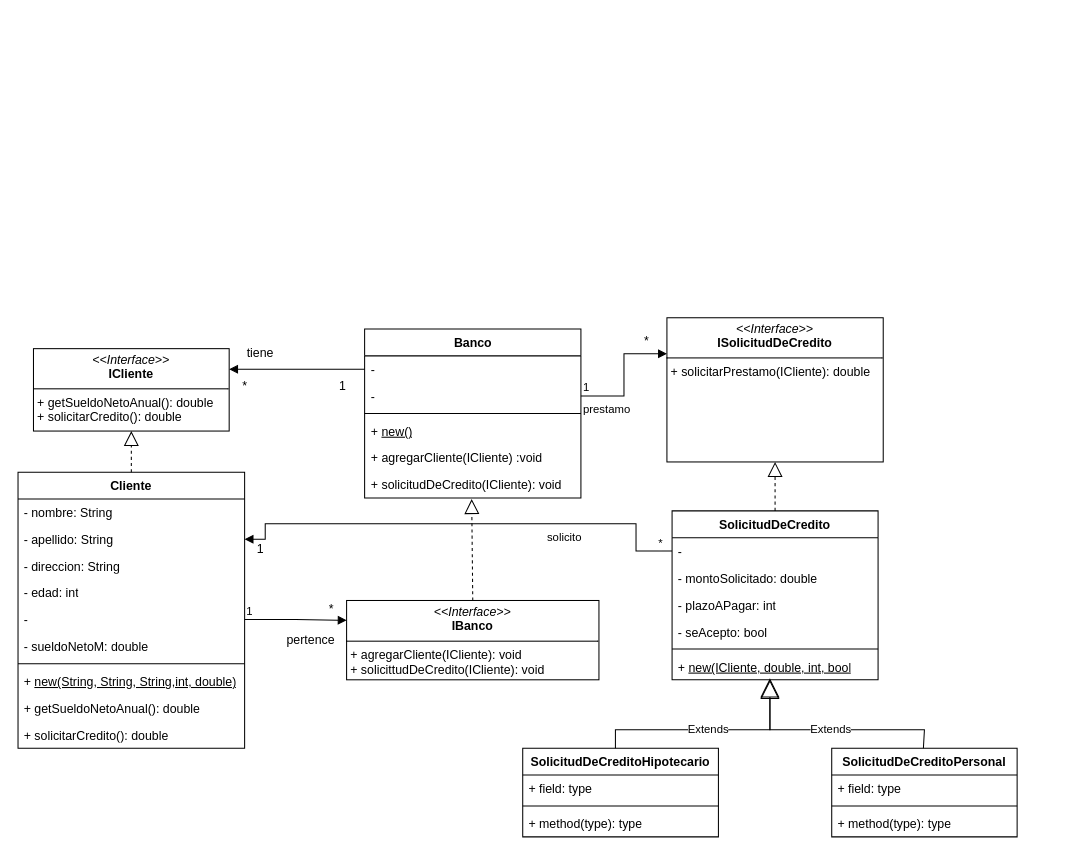
This is TP-SOLID/banco-prestamos.drawio from tomasmendoza-unq/objetos2, a draw.io file, before an edit. Source tidied: cells renumbered, new cells numbered last; positions are measured from the earlier drawing's top-left corner, leaving out a move shared by most shapes. Both pictures are drawn from the tidied source at 103%, with x=0, y=0 at pixel (18, 317).
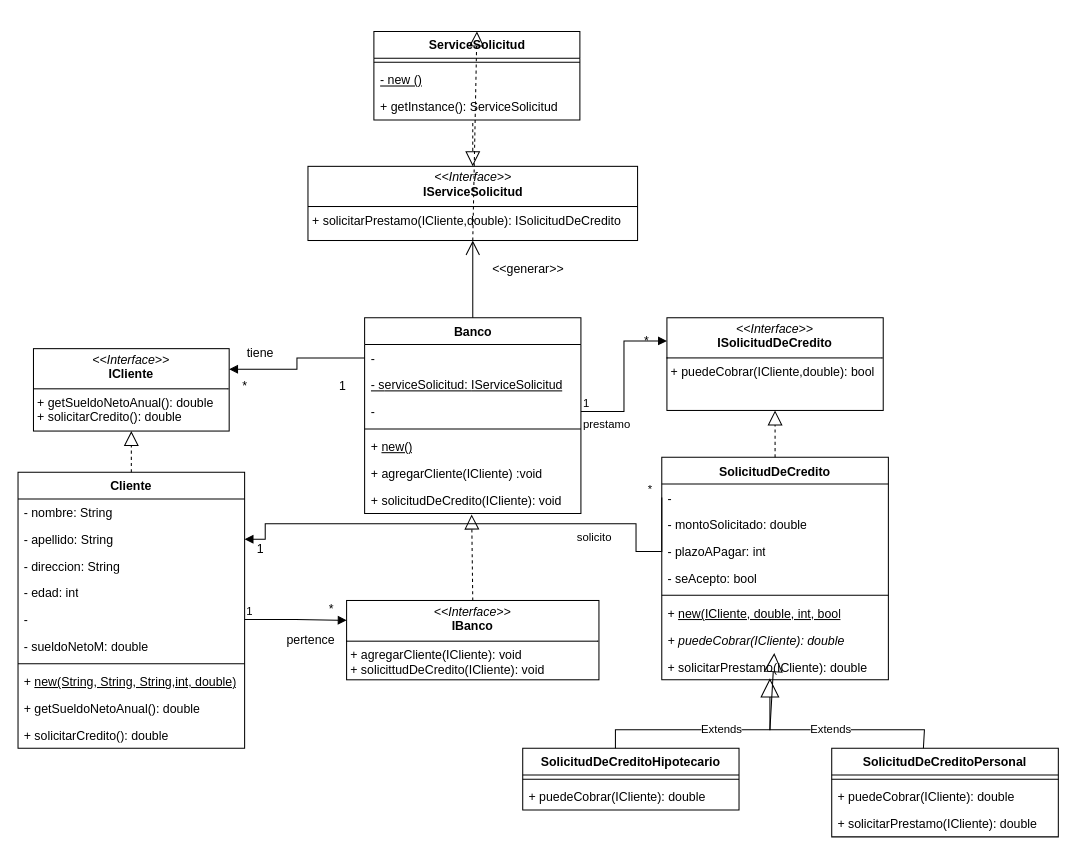
The same page after the edit.

Change to the diagram source:
```diff
@@
     <mxCell id="15" value="Banco" style="swimlane;fontStyle=1;align=center;verticalAlign=top;horizontal=1;startSize=26;whiteSpace=wrap;html=1;" parent="1" vertex="1">
-      <mxGeometry x="336.5" y="11" width="210" height="164" as="geometry" />
+      <mxGeometry x="336.5" width="210" height="190" as="geometry" />
     </mxCell>
@@
+    <mxCell id="57" value="&lt;u&gt;- s&lt;/u&gt;&lt;u&gt;erviceSolicitud:&amp;nbsp;&lt;/u&gt;&lt;u&gt;IServiceSolicitud&lt;/u&gt;" style="text;strokeColor=none;fillColor=none;align=left;verticalAlign=top;spacingLeft=4;spacingRight=4;overflow=hidden;whiteSpace=wrap;html=1;" parent="15" vertex="1">
+      <mxGeometry y="52" width="210" height="26" as="geometry" />
+    </mxCell>
     <mxCell id="17" value="-" style="text;strokeColor=none;fillColor=none;align=left;verticalAlign=top;spacingLeft=4;spacingRight=4;overflow=hidden;points=[[0,0.5],[1,0.5]];portConstraint=eastwest;whiteSpace=wrap;html=1;" parent="15" vertex="1">
-      <mxGeometry y="52" width="210" height="26" as="geometry" />
+      <mxGeometry y="78" width="210" height="26" as="geometry" />
     </mxCell>
     <mxCell id="18" style="line;strokeWidth=1;fillColor=none;align=left;verticalAlign=middle;spacingTop=-1;spacingLeft=3;spacingRight=3;labelPosition=right;strokeColor=inherit;" parent="15" vertex="1">
-      <mxGeometry y="78" width="210" height="8" as="geometry" />
+      <mxGeometry y="104" width="210" height="8" as="geometry" />
     </mxCell>
     <mxCell id="19" value="+ &lt;u&gt;new()&lt;/u&gt;" style="text;strokeColor=none;fillColor=none;align=left;verticalAlign=top;spacingLeft=4;spacingRight=4;overflow=hidden;whiteSpace=wrap;html=1;" parent="15" vertex="1">
-      <mxGeometry y="86" width="210" height="26" as="geometry" />
+      <mxGeometry y="112" width="210" height="26" as="geometry" />
     </mxCell>
     <mxCell id="20" value="+ agregarCliente(ICliente) :void" style="text;strokeColor=none;fillColor=none;align=left;verticalAlign=top;spacingLeft=4;spacingRight=4;overflow=hidden;whiteSpace=wrap;html=1;" parent="15" vertex="1">
-      <mxGeometry y="112" width="210" height="26" as="geometry" />
+      <mxGeometry y="138" width="210" height="26" as="geometry" />
     </mxCell>
     <mxCell id="21" value="+ solicitudDeCredito(ICliente): void" style="text;strokeColor=none;fillColor=none;align=left;verticalAlign=top;spacingLeft=4;spacingRight=4;overflow=hidden;points=[[0,0.5],[1,0.5]];portConstraint=eastwest;whiteSpace=wrap;html=1;" parent="15" vertex="1">
-      <mxGeometry y="138" width="210" height="26" as="geometry" />
+      <mxGeometry y="164" width="210" height="26" as="geometry" />
     </mxCell>
@@
-    <mxCell id="32" value="&lt;p style=&quot;margin:0px;margin-top:4px;text-align:center;&quot;&gt;&lt;i&gt;&amp;lt;&amp;lt;Interface&amp;gt;&amp;gt;&lt;/i&gt;&lt;br&gt;&lt;b&gt;ISolicitudDeCredito&lt;/b&gt;&lt;/p&gt;&lt;hr size=&quot;1&quot; style=&quot;border-style:solid;&quot;&gt;&lt;p style=&quot;margin:0px;margin-left:4px;&quot;&gt;+ solicitarPrestamo(ICliente): double&lt;br&gt;&lt;/p&gt;" style="verticalAlign=top;align=left;overflow=fill;html=1;whiteSpace=wrap;" parent="1" vertex="1">
-      <mxGeometry x="630" width="210" height="140" as="geometry" />
+    <mxCell id="32" value="&lt;p style=&quot;margin:0px;margin-top:4px;text-align:center;&quot;&gt;&lt;i&gt;&amp;lt;&amp;lt;Interface&amp;gt;&amp;gt;&lt;/i&gt;&lt;br&gt;&lt;b&gt;ISolicitudDeCredito&lt;/b&gt;&lt;/p&gt;&lt;hr size=&quot;1&quot; style=&quot;border-style:solid;&quot;&gt;&lt;p style=&quot;margin:0px;margin-left:4px;&quot;&gt;&lt;span style=&quot;background-color: transparent; color: light-dark(rgb(0, 0, 0), rgb(255, 255, 255));&quot;&gt;+ puedeCobrar(ICliente,double): bool&lt;/span&gt;&lt;/p&gt;" style="verticalAlign=top;align=left;overflow=fill;html=1;whiteSpace=wrap;" parent="1" vertex="1">
+      <mxGeometry x="630" width="210" height="90" as="geometry" />
     </mxCell>
@@
     <mxCell id="36" value="SolicitudDeCredito" style="swimlane;fontStyle=1;align=center;verticalAlign=top;horizontal=1;startSize=26;whiteSpace=wrap;html=1;" parent="1" vertex="1">
-      <mxGeometry x="635" y="187.5" width="200" height="164" as="geometry" />
+      <mxGeometry x="625" y="135.5" width="220" height="216" as="geometry" />
     </mxCell>
     <mxCell id="37" value="-" style="text;strokeColor=none;fillColor=none;align=left;verticalAlign=top;spacingLeft=4;spacingRight=4;overflow=hidden;points=[[0,0.5],[1,0.5]];portConstraint=eastwest;whiteSpace=wrap;html=1;" parent="36" vertex="1">
-      <mxGeometry y="26" width="200" height="26" as="geometry" />
+      <mxGeometry y="26" width="220" height="26" as="geometry" />
     </mxCell>
     <mxCell id="38" value="- montoSolicitado: double" style="text;strokeColor=none;fillColor=none;align=left;verticalAlign=top;spacingLeft=4;spacingRight=4;overflow=hidden;whiteSpace=wrap;html=1;" parent="36" vertex="1">
-      <mxGeometry y="52" width="200" height="26" as="geometry" />
+      <mxGeometry y="52" width="220" height="26" as="geometry" />
     </mxCell>
     <mxCell id="39" value="- plazoAPagar: int" style="text;strokeColor=none;fillColor=none;align=left;verticalAlign=top;spacingLeft=4;spacingRight=4;overflow=hidden;whiteSpace=wrap;html=1;" parent="36" vertex="1">
-      <mxGeometry y="78" width="200" height="26" as="geometry" />
+      <mxGeometry y="78" width="220" height="26" as="geometry" />
     </mxCell>
     <mxCell id="40" value="- seAcepto: bool" style="text;strokeColor=none;fillColor=none;align=left;verticalAlign=top;spacingLeft=4;spacingRight=4;overflow=hidden;whiteSpace=wrap;html=1;" parent="36" vertex="1">
-      <mxGeometry y="104" width="200" height="26" as="geometry" />
+      <mxGeometry y="104" width="220" height="26" as="geometry" />
     </mxCell>
     <mxCell id="41" style="line;strokeWidth=1;fillColor=none;align=left;verticalAlign=middle;spacingTop=-1;spacingLeft=3;spacingRight=3;labelPosition=right;strokeColor=inherit;" parent="36" vertex="1">
-      <mxGeometry y="130" width="200" height="8" as="geometry" />
+      <mxGeometry y="130" width="220" height="8" as="geometry" />
     </mxCell>
     <mxCell id="42" value="+ &lt;u&gt;new(ICliente, double, int, bool&lt;/u&gt;" style="text;strokeColor=none;fillColor=none;align=left;verticalAlign=top;spacingLeft=4;spacingRight=4;overflow=hidden;points=[[0,0.5],[1,0.5]];portConstraint=eastwest;whiteSpace=wrap;html=1;" parent="36" vertex="1">
-      <mxGeometry y="138" width="200" height="26" as="geometry" />
+      <mxGeometry y="138" width="220" height="26" as="geometry" />
     </mxCell>
+    <mxCell id="58" value="&lt;i&gt;+ puedeCobrar(ICliente): double&lt;/i&gt;" style="text;strokeColor=none;fillColor=none;align=left;verticalAlign=top;spacingLeft=4;spacingRight=4;overflow=hidden;points=[[0,0.5],[1,0.5]];portConstraint=eastwest;whiteSpace=wrap;html=1;" parent="36" vertex="1">
+      <mxGeometry y="164" width="220" height="26" as="geometry" />
+    </mxCell>
+    <mxCell id="59" value="+ solicitarPrestamo(ICliente): double" style="text;strokeColor=none;fillColor=none;align=left;verticalAlign=top;spacingLeft=4;spacingRight=4;overflow=hidden;whiteSpace=wrap;html=1;" parent="36" vertex="1">
+      <mxGeometry y="190" width="220" height="26" as="geometry" />
+    </mxCell>
@@
     <mxCell id="47" value="SolicitudDeCreditoHipotecario" style="swimlane;fontStyle=1;align=center;verticalAlign=top;horizontal=1;startSize=26;whiteSpace=wrap;html=1;" parent="1" vertex="1">
-      <mxGeometry x="490" y="418" width="190" height="86" as="geometry" />
+      <mxGeometry x="490" y="418" width="210" height="60" as="geometry" />
     </mxCell>
-    <mxCell id="48" value="+ field: type" style="text;strokeColor=none;fillColor=none;align=left;verticalAlign=top;spacingLeft=4;spacingRight=4;overflow=hidden;whiteSpace=wrap;html=1;" parent="47" vertex="1">
-      <mxGeometry y="26" width="190" height="26" as="geometry" />
-    </mxCell>
     <mxCell id="49" style="line;strokeWidth=1;fillColor=none;align=left;verticalAlign=middle;spacingTop=-1;spacingLeft=3;spacingRight=3;labelPosition=right;strokeColor=inherit;" parent="47" vertex="1">
-      <mxGeometry y="52" width="190" height="8" as="geometry" />
+      <mxGeometry y="26" width="210" height="8" as="geometry" />
     </mxCell>
-    <mxCell id="50" value="+ method(type): type" style="text;strokeColor=none;fillColor=none;align=left;verticalAlign=top;spacingLeft=4;spacingRight=4;overflow=hidden;whiteSpace=wrap;html=1;" parent="47" vertex="1">
-      <mxGeometry y="60" width="190" height="26" as="geometry" />
-    </mxCell>
+    <mxCell id="60" value="+ puedeCobrar(ICliente): double" style="text;strokeColor=none;fillColor=none;align=left;verticalAlign=top;spacingLeft=4;spacingRight=4;overflow=hidden;whiteSpace=wrap;html=1;" parent="47" vertex="1">
+      <mxGeometry y="34" width="210" height="26" as="geometry" />
+    </mxCell>
     <mxCell id="51" value="SolicitudDeCreditoPersonal" style="swimlane;fontStyle=1;align=center;verticalAlign=top;horizontal=1;startSize=26;whiteSpace=wrap;html=1;" parent="1" vertex="1">
-      <mxGeometry x="790" y="418" width="180" height="86" as="geometry" />
+      <mxGeometry x="790" y="418" width="220" height="86" as="geometry" />
     </mxCell>
-    <mxCell id="52" value="+ field: type" style="text;strokeColor=none;fillColor=none;align=left;verticalAlign=top;spacingLeft=4;spacingRight=4;overflow=hidden;whiteSpace=wrap;html=1;" parent="51" vertex="1">
-      <mxGeometry y="26" width="180" height="26" as="geometry" />
-    </mxCell>
     <mxCell id="53" style="line;strokeWidth=1;fillColor=none;align=left;verticalAlign=middle;spacingTop=-1;spacingLeft=3;spacingRight=3;labelPosition=right;strokeColor=inherit;" parent="51" vertex="1">
-      <mxGeometry y="52" width="180" height="8" as="geometry" />
+      <mxGeometry y="26" width="220" height="8" as="geometry" />
     </mxCell>
-    <mxCell id="54" value="+ method(type): type" style="text;strokeColor=none;fillColor=none;align=left;verticalAlign=top;spacingLeft=4;spacingRight=4;overflow=hidden;whiteSpace=wrap;html=1;" parent="51" vertex="1">
-      <mxGeometry y="60" width="180" height="26" as="geometry" />
-    </mxCell>
+    <mxCell id="61" value="+ puedeCobrar(ICliente): double" style="text;strokeColor=none;fillColor=none;align=left;verticalAlign=top;spacingLeft=4;spacingRight=4;overflow=hidden;whiteSpace=wrap;html=1;" parent="51" vertex="1">
+      <mxGeometry y="34" width="220" height="26" as="geometry" />
+    </mxCell>
+    <mxCell id="62" value="+ solicitarPrestamo(ICliente): double" style="text;strokeColor=none;fillColor=none;align=left;verticalAlign=top;spacingLeft=4;spacingRight=4;overflow=hidden;whiteSpace=wrap;html=1;" parent="51" vertex="1">
+      <mxGeometry y="60" width="220" height="26" as="geometry" />
+    </mxCell>
-    <mxCell id="55" value="Extends" style="endArrow=block;endSize=16;endFill=0;html=1;rounded=0;exitX=0.5;exitY=0;exitDx=0;exitDy=0;" parent="1" edge="1">
+    <mxCell id="55" value="Extends" style="endArrow=block;endSize=16;endFill=0;html=1;rounded=0;exitX=0.5;exitY=0;exitDx=0;exitDy=0;" parent="1" edge="1" target="58">
       <mxGeometry relative="1" as="geometry">
         <mxPoint x="580" y="418" as="sourcePoint" />
-        <mxPoint x="730" y="351.5" as="targetPoint" />
         <Array as="points">
           <mxPoint x="580" y="400" />
           <mxPoint x="730" y="400" />
         </Array>
       </mxGeometry>
     </mxCell>
-    <mxCell id="56" value="Extends" style="endArrow=block;endSize=16;endFill=0;html=1;rounded=0;exitX=0.5;exitY=0;exitDx=0;exitDy=0;entryX=0.475;entryY=0.942;entryDx=0;entryDy=0;entryPerimeter=0;" parent="1" edge="1" target="42">
+    <mxCell id="56" value="Extends" style="endArrow=block;endSize=16;endFill=0;html=1;rounded=0;exitX=0.5;exitY=0;exitDx=0;exitDy=0;" parent="1" edge="1">
       <mxGeometry relative="1" as="geometry">
         <mxPoint x="879" y="418" as="sourcePoint" />
+        <mxPoint x="730" y="350" as="targetPoint" />
         <Array as="points">
           <mxPoint x="880" y="400" />
           <mxPoint x="730" y="400" />
         </Array>
       </mxGeometry>
     </mxCell>
+    <mxCell id="63" value="&lt;p style=&quot;margin:0px;margin-top:4px;text-align:center;&quot;&gt;&lt;i&gt;&amp;lt;&amp;lt;Interface&amp;gt;&amp;gt;&lt;/i&gt;&lt;br&gt;&lt;b&gt;IServiceSolicitud&lt;/b&gt;&lt;/p&gt;&lt;hr size=&quot;1&quot; style=&quot;border-style:solid;&quot;&gt;&lt;p style=&quot;margin:0px;margin-left:4px;&quot;&gt;+ solicitarPrestamo(ICliente,double): ISolicitudDeCredito&lt;/p&gt;" style="verticalAlign=top;align=left;overflow=fill;html=1;whiteSpace=wrap;" parent="1" vertex="1">
+      <mxGeometry x="281.5" y="-147" width="320" height="72" as="geometry" />
+    </mxCell>
+    <mxCell id="64" value="ServiceSolicitud" style="swimlane;fontStyle=1;align=center;verticalAlign=top;horizontal=1;startSize=26;whiteSpace=wrap;html=1;" parent="1" vertex="1">
+      <mxGeometry x="345.5" y="-278" width="200" height="86" as="geometry" />
+    </mxCell>
+    <mxCell id="65" style="line;strokeWidth=1;fillColor=none;align=left;verticalAlign=middle;spacingTop=-1;spacingLeft=3;spacingRight=3;labelPosition=right;strokeColor=inherit;" parent="64" vertex="1">
+      <mxGeometry y="26" width="200" height="8" as="geometry" />
+    </mxCell>
+    <mxCell id="66" value="&lt;u&gt;- new ()&lt;/u&gt;" style="text;strokeColor=none;fillColor=none;align=left;verticalAlign=top;spacingLeft=4;spacingRight=4;overflow=hidden;whiteSpace=wrap;html=1;" parent="64" vertex="1">
+      <mxGeometry y="34" width="200" height="26" as="geometry" />
+    </mxCell>
+    <mxCell id="67" value="+ getInstance(): ServiceSolicitud" style="text;strokeColor=none;fillColor=none;align=left;verticalAlign=top;spacingLeft=4;spacingRight=4;overflow=hidden;points=[[0,0.5],[1,0.5]];portConstraint=eastwest;whiteSpace=wrap;html=1;" parent="64" vertex="1">
+      <mxGeometry y="60" width="200" height="26" as="geometry" />
+    </mxCell>
+    <mxCell id="68" style="endArrow=block;dashed=1;endFill=0;endSize=12;html=1;rounded=0;exitX=0.48;exitY=1.115;exitDx=0;exitDy=0;exitPerimeter=0;entryX=0.5;entryY=0;entryDx=0;entryDy=0;" parent="1" edge="1" source="67" target="63">
+      <mxGeometry relative="1" as="geometry" />
+    </mxCell>
+    <mxCell id="69" style="endArrow=block;dashed=1;endFill=0;endSize=12;html=1;rounded=0;exitX=0.5;exitY=1;exitDx=0;exitDy=0;entryX=0.5;entryY=0;entryDx=0;entryDy=0;" parent="1" edge="1" source="63" target="64">
+      <mxGeometry relative="1" as="geometry" />
+    </mxCell>
+    <mxCell id="70" style="endArrow=open;endFill=1;endSize=12;html=1;rounded=0;exitX=0.5;exitY=0;exitDx=0;exitDy=0;entryX=0.5;entryY=1;entryDx=0;entryDy=0;" parent="1" edge="1" source="15" target="63">
+      <mxGeometry relative="1" as="geometry" />
+    </mxCell>
+    <mxCell id="71" value="&amp;lt;&amp;lt;generar&amp;gt;&amp;gt;" style="text;html=1;align=center;verticalAlign=middle;strokeColor=none;fillColor=none;" parent="1" vertex="1">
+      <mxGeometry x="450" y="-62" width="90" height="30" as="geometry" />
+    </mxCell>
```
